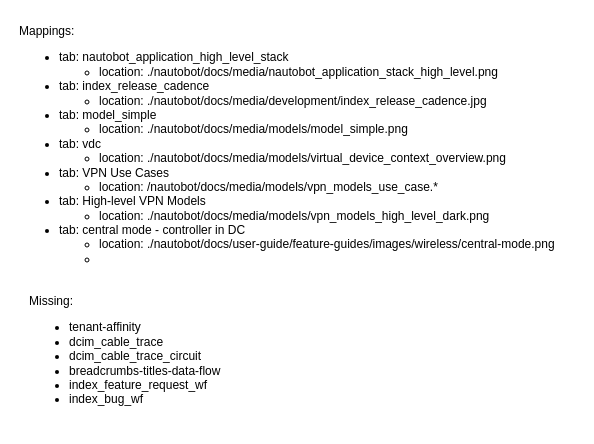
nautobot/nautobot keeps this draw.io diagram as page "Index" (1 of 10) of nautobot/docs/media/nautobot-diagrams.drawio. Above is the earlier version. Source tidied: cells renumbered, new cells numbered last; positions are measured from the earlier drawing's top-left corner, leaving out a move shared by most shapes. Both pictures are drawn from the tidied source at 100%, with x=0, y=0 at pixel (17, 17).
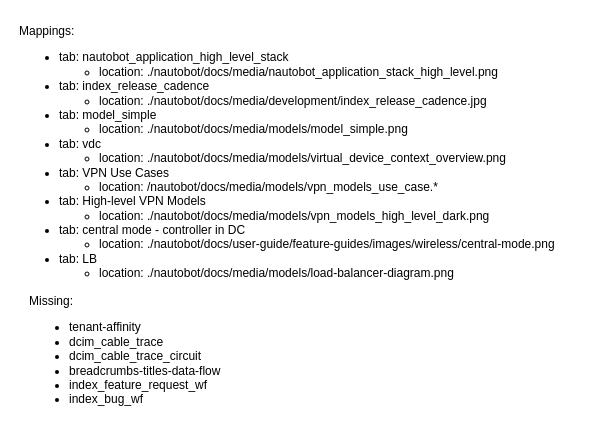
The same page after the edit.

Commit message (it also covers changes not shown here):
Enhanced Load Balancer documentation with a diagram and additional model details. Simplified migration guide by adding an overview and recommending the UI Component framework.

Change to the diagram source:
```diff
@@
 <mxGraphModel>
   <root>
     <mxCell id="0" />
     <mxCell id="1" parent="0" />
     <mxCell id="2" value="&lt;div style=&quot;&quot;&gt;&lt;span style=&quot;background-color: transparent; color: light-dark(rgb(0, 0, 0), rgb(255, 255, 255));&quot;&gt;Missing:&lt;/span&gt;&lt;/div&gt;&lt;div&gt;&lt;ul&gt;&lt;li&gt;tenant-affinity&lt;/li&gt;&lt;li&gt;dcim_cable_trace&lt;/li&gt;&lt;li&gt;dcim_cable_trace_circuit&lt;/li&gt;&lt;li&gt;breadcrumbs-titles-data-flow&lt;/li&gt;&lt;li&gt;index_feature_request_wf&lt;/li&gt;&lt;li&gt;index_bug_wf&lt;/li&gt;&lt;/ul&gt;&lt;/div&gt;" style="text;html=1;align=left;verticalAlign=top;strokeColor=none;fillColor=none;" parent="1" vertex="1">
       <mxGeometry x="10" y="270" width="210" height="140" as="geometry" />
     </mxCell>
-    <mxCell id="3" value="&lt;div style=&quot;&quot;&gt;&lt;span style=&quot;background-color: transparent; color: light-dark(rgb(0, 0, 0), rgb(255, 255, 255));&quot;&gt;Mappings:&lt;/span&gt;&lt;/div&gt;&lt;div&gt;&lt;ul&gt;&lt;li&gt;tab:&amp;nbsp;nautobot_application_high_level_stack&lt;/li&gt;&lt;ul&gt;&lt;li&gt;location: ./nautobot/docs/media/nautobot_application_stack_high_level.png&lt;/li&gt;&lt;/ul&gt;&lt;li&gt;tab: index_release_cadence&lt;/li&gt;&lt;ul&gt;&lt;li&gt;location:&amp;nbsp;./nautobot/docs/media/development/index_release_cadence.jpg&lt;/li&gt;&lt;/ul&gt;&lt;li&gt;tab: model_simple&lt;/li&gt;&lt;ul&gt;&lt;li&gt;location:&amp;nbsp;./nautobot/docs/media/models/model_simple.png&lt;/li&gt;&lt;/ul&gt;&lt;li&gt;tab: vdc&lt;/li&gt;&lt;ul&gt;&lt;li&gt;location:&amp;nbsp;./nautobot/docs/media/models/virtual_device_context_overview.png&lt;/li&gt;&lt;/ul&gt;&lt;li&gt;tab: VPN Use Cases&lt;/li&gt;&lt;ul&gt;&lt;li&gt;location:&amp;nbsp;/nautobot/docs/media/models/vpn_models_use_case.*&lt;/li&gt;&lt;/ul&gt;&lt;li&gt;tab: High-level VPN Models&lt;/li&gt;&lt;ul&gt;&lt;li&gt;location:&amp;nbsp;./nautobot/docs/media/models/vpn_models_high_level_dark.png&lt;/li&gt;&lt;/ul&gt;&lt;li&gt;tab:&amp;nbsp;central mode - controller in DC&lt;/li&gt;&lt;ul&gt;&lt;li&gt;location:&amp;nbsp;./nautobot/docs/user-guide/feature-guides/images/wireless/central-mode.png&lt;/li&gt;&lt;li&gt;&lt;br&gt;&lt;/li&gt;&lt;/ul&gt;&lt;/ul&gt;&lt;/div&gt;" style="text;html=1;align=left;verticalAlign=top;strokeColor=none;fillColor=none;" parent="1" vertex="1">
-      <mxGeometry width="560" height="270" as="geometry" />
+    <mxCell id="3" value="&lt;div style=&quot;&quot;&gt;&lt;span style=&quot;background-color: transparent; color: light-dark(rgb(0, 0, 0), rgb(255, 255, 255));&quot;&gt;Mappings:&lt;/span&gt;&lt;/div&gt;&lt;div&gt;&lt;ul&gt;&lt;li&gt;tab:&amp;nbsp;nautobot_application_high_level_stack&lt;/li&gt;&lt;ul&gt;&lt;li&gt;location: ./nautobot/docs/media/nautobot_application_stack_high_level.png&lt;/li&gt;&lt;/ul&gt;&lt;li&gt;tab: index_release_cadence&lt;/li&gt;&lt;ul&gt;&lt;li&gt;location:&amp;nbsp;./nautobot/docs/media/development/index_release_cadence.jpg&lt;/li&gt;&lt;/ul&gt;&lt;li&gt;tab: model_simple&lt;/li&gt;&lt;ul&gt;&lt;li&gt;location:&amp;nbsp;./nautobot/docs/media/models/model_simple.png&lt;/li&gt;&lt;/ul&gt;&lt;li&gt;tab: vdc&lt;/li&gt;&lt;ul&gt;&lt;li&gt;location:&amp;nbsp;./nautobot/docs/media/models/virtual_device_context_overview.png&lt;/li&gt;&lt;/ul&gt;&lt;li&gt;tab: VPN Use Cases&lt;/li&gt;&lt;ul&gt;&lt;li&gt;location:&amp;nbsp;/nautobot/docs/media/models/vpn_models_use_case.*&lt;/li&gt;&lt;/ul&gt;&lt;li&gt;tab: High-level VPN Models&lt;/li&gt;&lt;ul&gt;&lt;li&gt;location:&amp;nbsp;./nautobot/docs/media/models/vpn_models_high_level_dark.png&lt;/li&gt;&lt;/ul&gt;&lt;li&gt;tab:&amp;nbsp;central mode - controller in DC&lt;/li&gt;&lt;ul&gt;&lt;li&gt;location:&amp;nbsp;./nautobot/docs/user-guide/feature-guides/images/wireless/central-mode.png&lt;/li&gt;&lt;/ul&gt;&lt;li&gt;tab: LB&lt;/li&gt;&lt;ul&gt;&lt;li&gt;location:&amp;nbsp;./nautobot/docs/media/models/load-balancer-diagram.png&lt;/li&gt;&lt;/ul&gt;&lt;/ul&gt;&lt;/div&gt;" style="text;html=1;align=left;verticalAlign=top;strokeColor=none;fillColor=none;" parent="1" vertex="1">
+      <mxGeometry width="560" height="280" as="geometry" />
     </mxCell>
   </root>
 </mxGraphModel>
```
